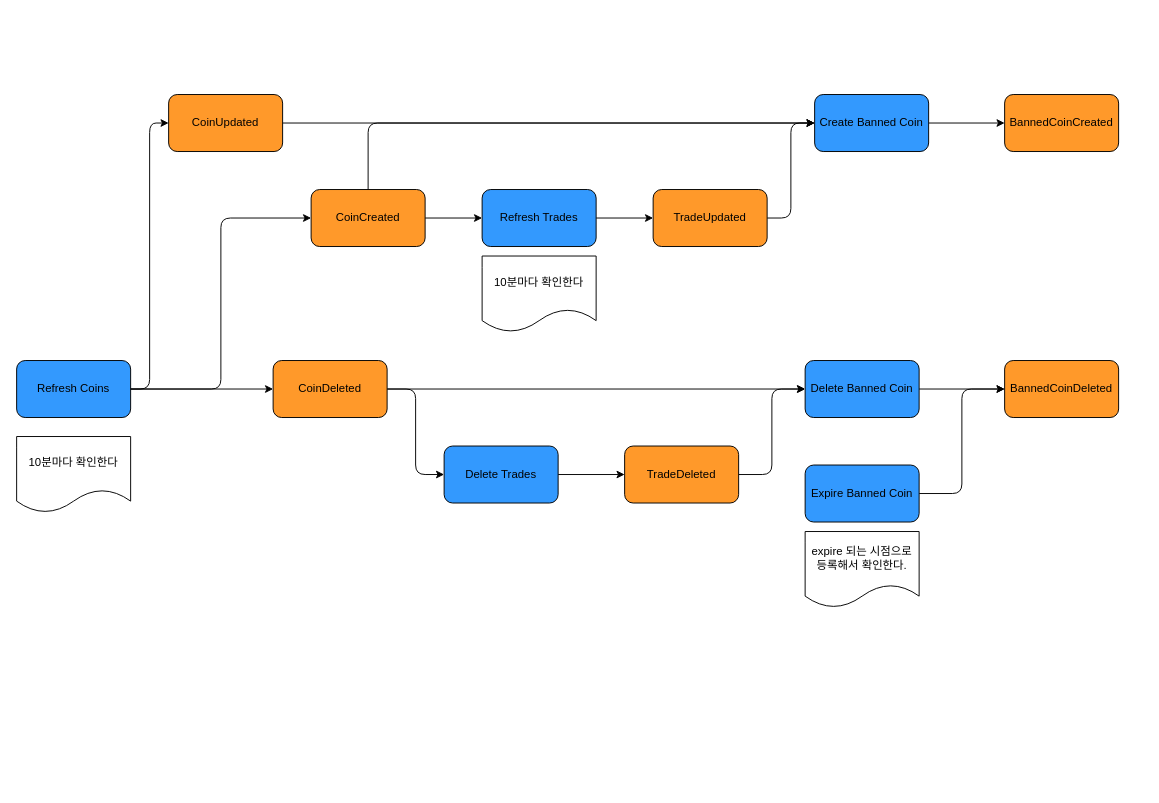
biosvos/coin-cache-service keeps this draw.io diagram as docs/eventstorming.drawio. Above is the earlier version. Source tidied: cells renumbered, new cells numbered last; positions are measured from the earlier drawing's top-left corner, leaving out a move shared by most shapes. Both pictures are drawn from the tidied source at 95%, with x=0, y=0 at pixel (16, 94).
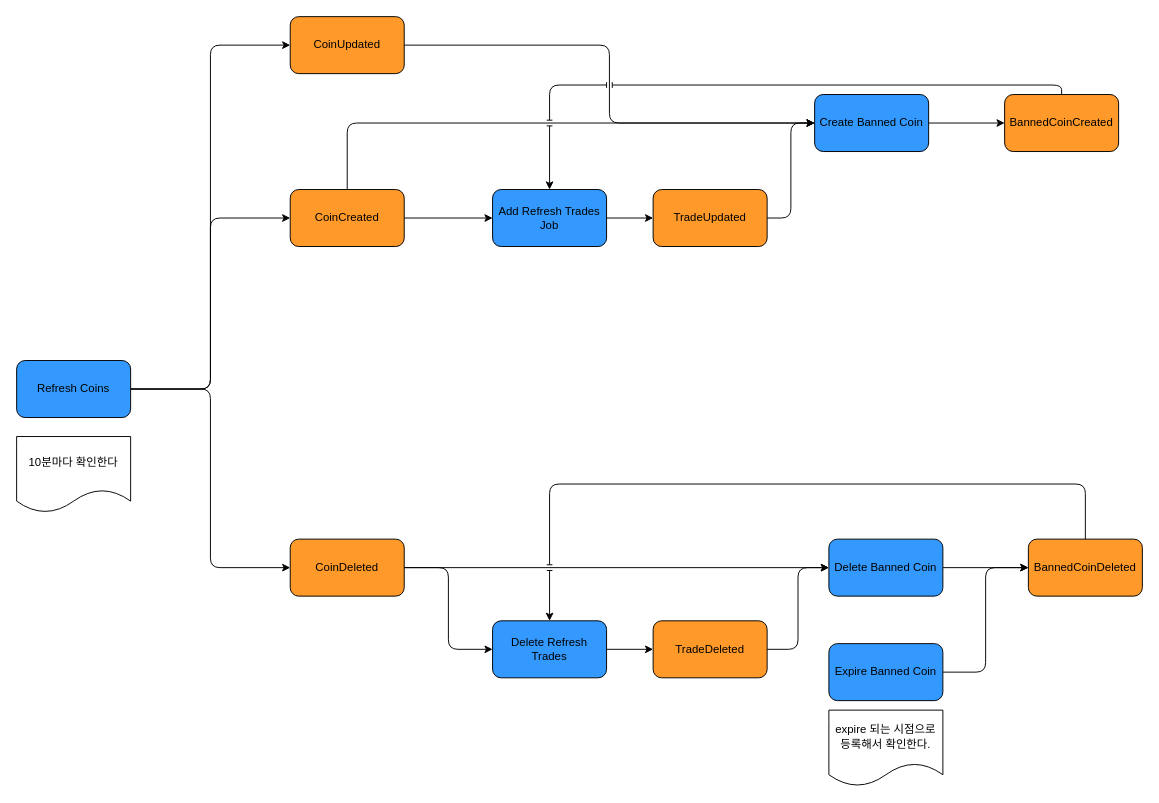
The same diagram, later.

Commit message:
update event storming

The change refers to these unchanged cells:
```xml
<mxCell id="15" value="TradeUpdated" style="rounded=1;whiteSpace=wrap;html=1;fillColor=#ff992a;fontColor=#000000;" parent="1" vertex="1">
  <mxGeometry x="670" y="100" width="120" height="60" as="geometry" />
</mxCell>
<mxCell id="26" value="BannedCoinCreated" style="rounded=1;whiteSpace=wrap;html=1;fillColor=#ff992a;fontColor=#000000;" parent="1" vertex="1">
  <mxGeometry x="1040" width="120" height="60" as="geometry" />
</mxCell>
```

Diff of the diagram source:
```diff
@@
-    <mxCell id="6" style="edgeStyle=orthogonalEdgeStyle;rounded=1;jumpStyle=arc;html=1;exitX=1;exitY=0.5;exitDx=0;exitDy=0;strokeColor=default;entryX=0;entryY=0.5;entryDx=0;entryDy=0;" parent="1" edge="1" source="8" target="13">
-      <mxGeometry relative="1" as="geometry" />
-    </mxCell>
@@
+    <mxCell id="33" style="edgeStyle=orthogonalEdgeStyle;jumpStyle=line;html=1;exitX=1;exitY=0.5;exitDx=0;exitDy=0;entryX=0;entryY=0.5;entryDx=0;entryDy=0;" parent="1" edge="1" source="8" target="38">
+      <mxGeometry relative="1" as="geometry" />
+    </mxCell>
     <mxCell id="8" value="CoinCreated" style="rounded=1;whiteSpace=wrap;html=1;fillColor=#ff992a;fontColor=#000000;" parent="1" vertex="1">
-      <mxGeometry x="310" y="100" width="120" height="60" as="geometry" />
+      <mxGeometry x="288" y="100" width="120" height="60" as="geometry" />
     </mxCell>
-    <mxCell id="9" style="edgeStyle=orthogonalEdgeStyle;rounded=1;jumpStyle=arc;html=1;exitX=1;exitY=0.5;exitDx=0;exitDy=0;entryX=0;entryY=0.5;entryDx=0;entryDy=0;strokeColor=default;" parent="1" edge="1" source="11" target="19">
-      <mxGeometry relative="1" as="geometry" />
-    </mxCell>
@@
+    <mxCell id="34" style="edgeStyle=orthogonalEdgeStyle;jumpStyle=line;html=1;exitX=1;exitY=0.5;exitDx=0;exitDy=0;entryX=0;entryY=0.5;entryDx=0;entryDy=0;" parent="1" edge="1" source="11" target="40">
+      <mxGeometry relative="1" as="geometry" />
+    </mxCell>
     <mxCell id="11" value="CoinDeleted" style="rounded=1;whiteSpace=wrap;html=1;fillColor=#ff992a;fontColor=#000000;" parent="1" vertex="1">
-      <mxGeometry x="270" y="280" width="120" height="60" as="geometry" />
+      <mxGeometry x="288" y="468" width="120" height="60" as="geometry" />
     </mxCell>
-    <mxCell id="12" style="edgeStyle=orthogonalEdgeStyle;rounded=1;jumpStyle=arc;html=1;exitX=1;exitY=0.5;exitDx=0;exitDy=0;strokeColor=default;entryX=0;entryY=0.5;entryDx=0;entryDy=0;" parent="1" edge="1" source="13" target="15">
-      <mxGeometry relative="1" as="geometry" />
-    </mxCell>
-    <mxCell id="13" value="Refresh Trades" style="rounded=1;whiteSpace=wrap;html=1;fillColor=#3399fe;fontColor=#000000;" parent="1" vertex="1">
-      <mxGeometry x="490" y="100" width="120" height="60" as="geometry" />
-    </mxCell>
@@
     <mxCell id="17" value="CoinUpdated" style="rounded=1;whiteSpace=wrap;html=1;fillColor=#ff992a;fontColor=#000000;" parent="1" vertex="1">
-      <mxGeometry x="160" width="120" height="60" as="geometry" />
+      <mxGeometry x="288" y="-82" width="120" height="60" as="geometry" />
     </mxCell>
-    <mxCell id="18" style="edgeStyle=orthogonalEdgeStyle;rounded=1;jumpStyle=arc;html=1;entryX=0;entryY=0.5;entryDx=0;entryDy=0;strokeColor=default;exitX=1;exitY=0.5;exitDx=0;exitDy=0;" parent="1" edge="1" source="19" target="21">
-      <mxGeometry relative="1" as="geometry" />
-    </mxCell>
-    <mxCell id="19" value="Delete Trades" style="rounded=1;whiteSpace=wrap;html=1;fillColor=#3399fe;fontColor=#000000;" parent="1" vertex="1">
-      <mxGeometry x="450" y="370" width="120" height="60" as="geometry" />
-    </mxCell>
@@
     <mxCell id="21" value="TradeDeleted" style="rounded=1;whiteSpace=wrap;html=1;fillColor=#ff992a;fontColor=#000000;" parent="1" vertex="1">
-      <mxGeometry x="640" y="370" width="120" height="60" as="geometry" />
+      <mxGeometry x="670" y="554" width="120" height="60" as="geometry" />
     </mxCell>
@@
     <mxCell id="23" value="Expire Banned Coin" style="rounded=1;whiteSpace=wrap;html=1;fillColor=#3399fe;fontColor=#000000;" parent="1" vertex="1">
-      <mxGeometry x="830" y="390" width="120" height="60" as="geometry" />
+      <mxGeometry x="855" y="578" width="120" height="60" as="geometry" />
     </mxCell>
@@
+    <mxCell id="35" style="edgeStyle=orthogonalEdgeStyle;jumpStyle=line;html=1;exitX=0.5;exitY=0;exitDx=0;exitDy=0;entryX=0.5;entryY=0;entryDx=0;entryDy=0;" parent="1" edge="1" source="26" target="38">
+      <mxGeometry relative="1" as="geometry" />
+    </mxCell>
@@
+    <mxCell id="36" style="edgeStyle=orthogonalEdgeStyle;jumpStyle=line;html=1;exitX=0.5;exitY=0;exitDx=0;exitDy=0;entryX=0.5;entryY=0;entryDx=0;entryDy=0;" parent="1" edge="1" source="27" target="40">
+      <mxGeometry relative="1" as="geometry">
+        <Array as="points">
+          <mxPoint x="1125" y="410" />
+          <mxPoint x="561" y="410" />
+        </Array>
+      </mxGeometry>
+    </mxCell>
     <mxCell id="27" value="BannedCoinDeleted" style="rounded=1;whiteSpace=wrap;html=1;fillColor=#ff992a;fontColor=#000000;" parent="1" vertex="1">
-      <mxGeometry x="1040" y="280" width="120" height="60" as="geometry" />
+      <mxGeometry x="1065" y="468" width="120" height="60" as="geometry" />
     </mxCell>
@@
     <mxCell id="29" value="Delete Banned Coin" style="rounded=1;whiteSpace=wrap;html=1;fillColor=#3399fe;fontColor=#000000;" parent="1" vertex="1">
-      <mxGeometry x="830" y="280" width="120" height="60" as="geometry" />
+      <mxGeometry x="855" y="468" width="120" height="60" as="geometry" />
     </mxCell>
@@
     <mxCell id="31" value="expire 되는 시점으로 등록해서 확인한다." style="shape=document;whiteSpace=wrap;html=1;boundedLbl=1;" parent="1" vertex="1">
-      <mxGeometry x="830" y="460" width="120" height="80" as="geometry" />
+      <mxGeometry x="855" y="648" width="120" height="80" as="geometry" />
     </mxCell>
-    <mxCell id="32" value="10분마다 확인한다" style="shape=document;whiteSpace=wrap;html=1;boundedLbl=1;" parent="1" vertex="1">
-      <mxGeometry x="490" y="170" width="120" height="80" as="geometry" />
-    </mxCell>
+    <mxCell id="37" style="edgeStyle=orthogonalEdgeStyle;jumpStyle=line;html=1;exitX=1;exitY=0.5;exitDx=0;exitDy=0;entryX=0;entryY=0.5;entryDx=0;entryDy=0;" parent="1" edge="1" source="38" target="15">
+      <mxGeometry relative="1" as="geometry" />
+    </mxCell>
+    <mxCell id="38" value="Add Refresh Trades Job" style="rounded=1;whiteSpace=wrap;html=1;fillColor=#3399fe;fontColor=#000000;" parent="1" vertex="1">
+      <mxGeometry x="501" y="100" width="120" height="60" as="geometry" />
+    </mxCell>
+    <mxCell id="39" style="edgeStyle=orthogonalEdgeStyle;jumpStyle=line;html=1;entryX=0;entryY=0.5;entryDx=0;entryDy=0;exitX=1;exitY=0.5;exitDx=0;exitDy=0;" parent="1" edge="1" source="40" target="21">
+      <mxGeometry relative="1" as="geometry" />
+    </mxCell>
+    <mxCell id="40" value="Delete Refresh Trades" style="rounded=1;whiteSpace=wrap;html=1;fillColor=#3399fe;fontColor=#000000;" parent="1" vertex="1">
+      <mxGeometry x="501" y="554" width="120" height="60" as="geometry" />
+    </mxCell>
```
